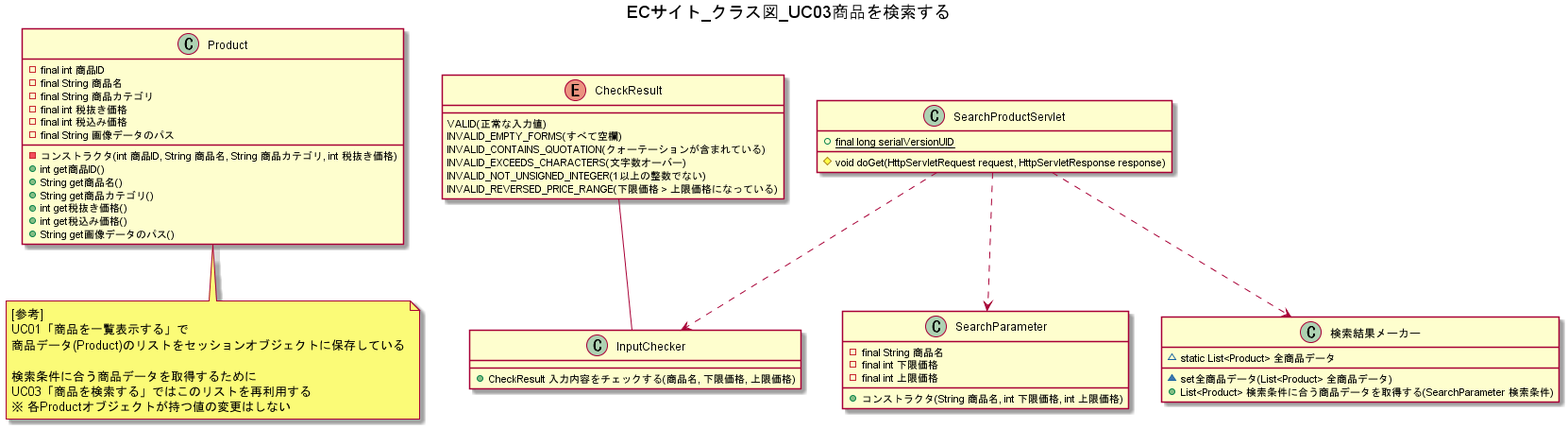
Earlier version of the PlantUML export UML/ECサイト_クラス図_UC03商品を検索する.png (wnakayama/ojt_ecsite).
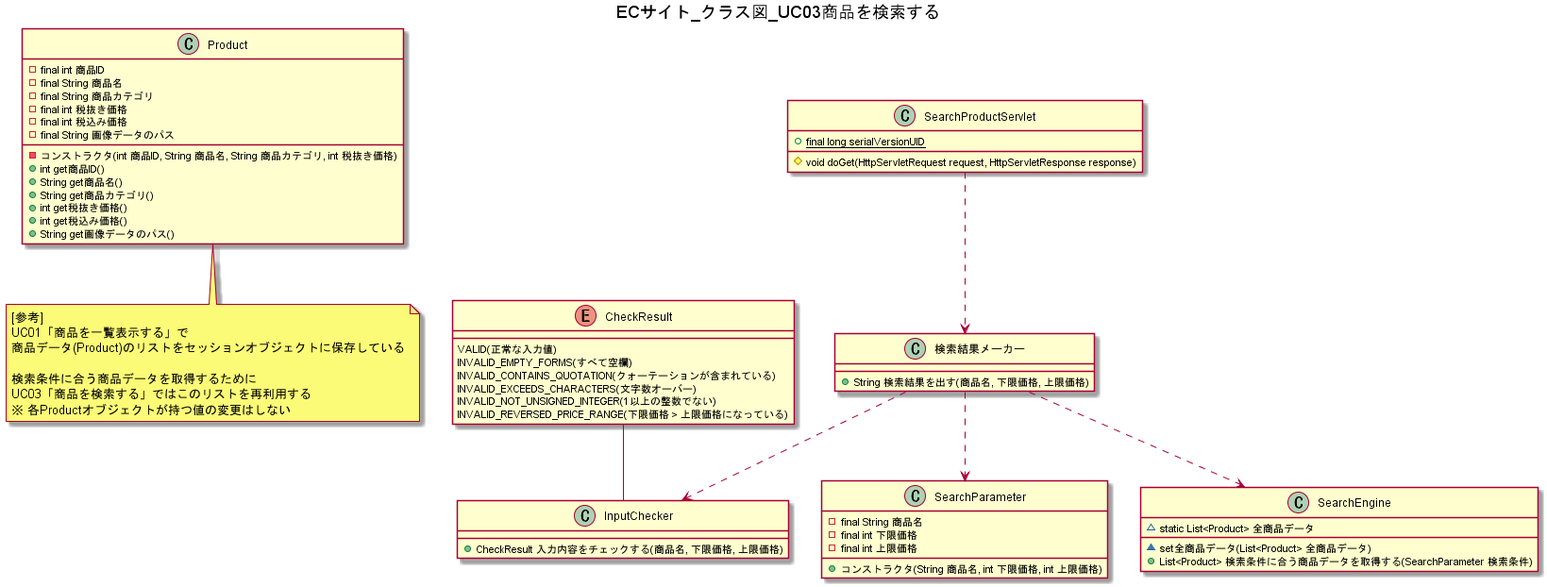
The same diagram one commit later.

What changed in the source:
```diff
@@ -32,6 +32,11 @@
     #void doGet(HttpServletRequest request, HttpServletResponse response)
 }
 
+SearchProductServlet ..> 検索結果メーカー
+class 検索結果メーカー {
+    +String 検索結果を出す(商品名, 下限価格, 上限価格)
+}
+
 CheckResult -- InputChecker
 enum CheckResult {
     VALID(正常な入力値)
@@ -42,12 +47,12 @@
     INVALID_REVERSED_PRICE_RANGE(下限価格 > 上限価格になっている)
 }
 
-SearchProductServlet ..> InputChecker
+検索結果メーカー ..> InputChecker
 class InputChecker {
     +CheckResult 入力内容をチェックする(商品名, 下限価格, 上限価格)
 }
 
-SearchProductServlet ..> SearchParameter
+検索結果メーカー ..> SearchParameter
 class SearchParameter {
     -final String 商品名
     -final int 下限価格
@@ -55,8 +60,8 @@
     +コンストラクタ(String 商品名, int 下限価格, int 上限価格)
 }
 
-SearchProductServlet ..> 検索結果メーカー
-class 検索結果メーカー {
+検索結果メーカー ..> SearchEngine
+class SearchEngine {
     ~static List<Product> 全商品データ
     ~set全商品データ(List<Product> 全商品データ)
     +List<Product> 検索条件に合う商品データを取得する(SearchParameter 検索条件)
```
